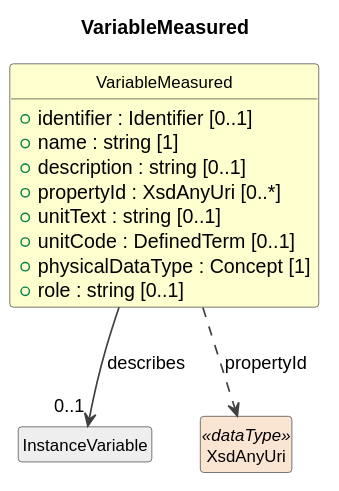
Earlier version of the PlantUML export build/plantuml/cdifDataDescription/Classes/VariableMeasured.svg (Cross-Domain-Interoperability-Framework/metadataBuildingBlocks). The source it was exported from:
```plantuml
@startuml
title VariableMeasured
hide circle
hide empty members
skinparam shadowing false
skinparam ArrowThickness 1.2
skinparam class {
  ArrowColor #404040
  BorderColor #404040
  FontSize 12
}

class "VariableMeasured" as VariableMeasured #FEFECE {
  +identifier : Identifier [0..1]
  +name : string [1]
  +description : string [0..1]
  +propertyId : XsdAnyUri [0..*]
  +unitText : string [0..1]
  +unitCode : DefinedTerm [0..1]
  +physicalDataType : Concept [1]
  +role : string [0..1]
}
class "InstanceVariable" as InstanceVariable #EEEEEE
VariableMeasured --> "0..1" InstanceVariable : describes
class "XsdAnyUri" as XsdAnyUri <<dataType>> #FAE5D3
VariableMeasured ..> XsdAnyUri : propertyId
@enduml
```
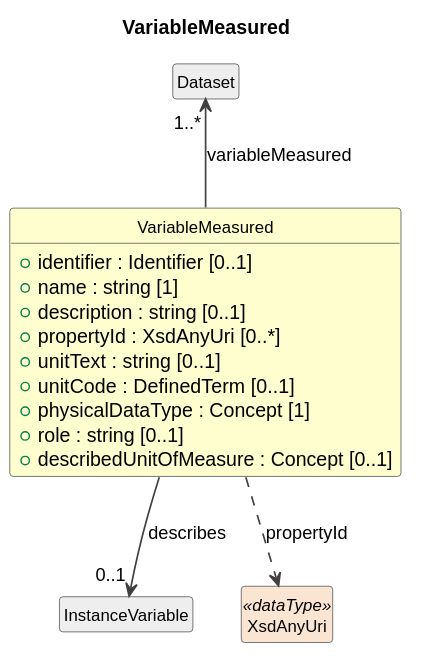
After the commit.

Change to the diagram source:
```diff
@@ -19,9 +19,12 @@
   +unitCode : DefinedTerm [0..1]
   +physicalDataType : Concept [1]
   +role : string [0..1]
+  +describedUnitOfMeasure : Concept [0..1]
 }
 class "InstanceVariable" as InstanceVariable #EEEEEE
 VariableMeasured --> "0..1" InstanceVariable : describes
+class "Dataset" as Dataset #EEEEEE
+Dataset "1..*" <-- VariableMeasured : variableMeasured
 class "XsdAnyUri" as XsdAnyUri <<dataType>> #FAE5D3
 VariableMeasured ..> XsdAnyUri : propertyId
 @enduml
```
